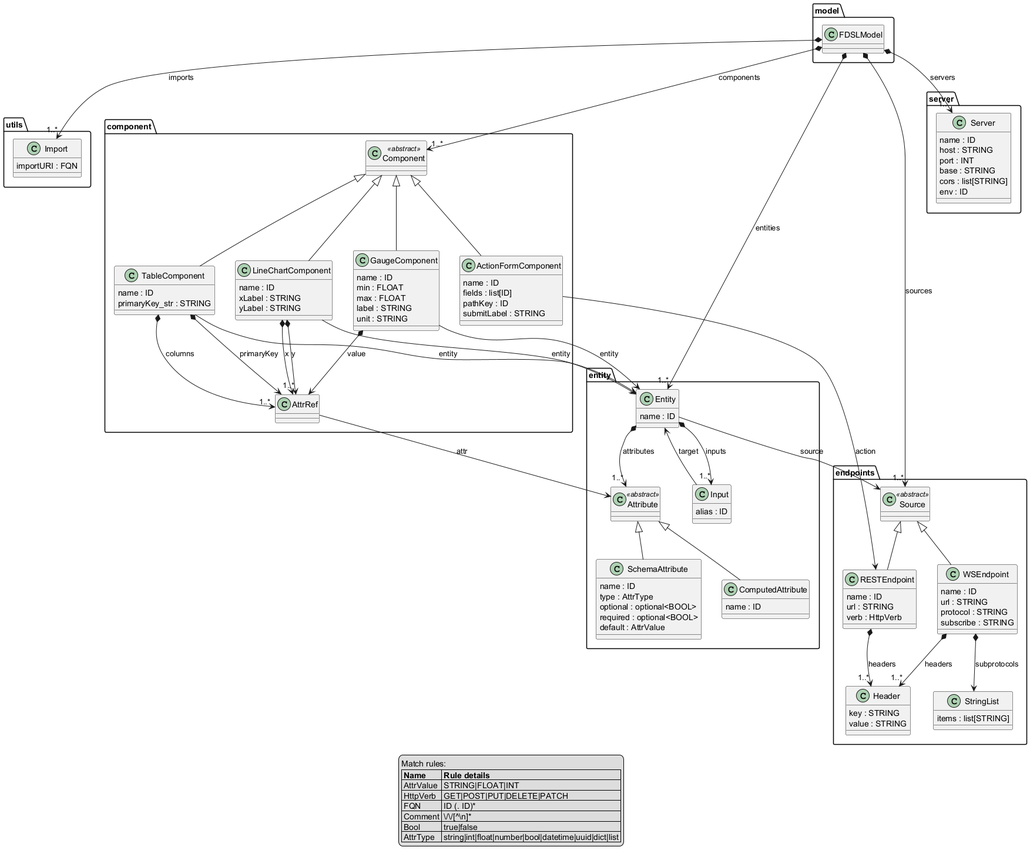
This is docs/model_metamodel.png from fkatsaras/functionality-dsl, a PlantUML export, as it was before one commit.
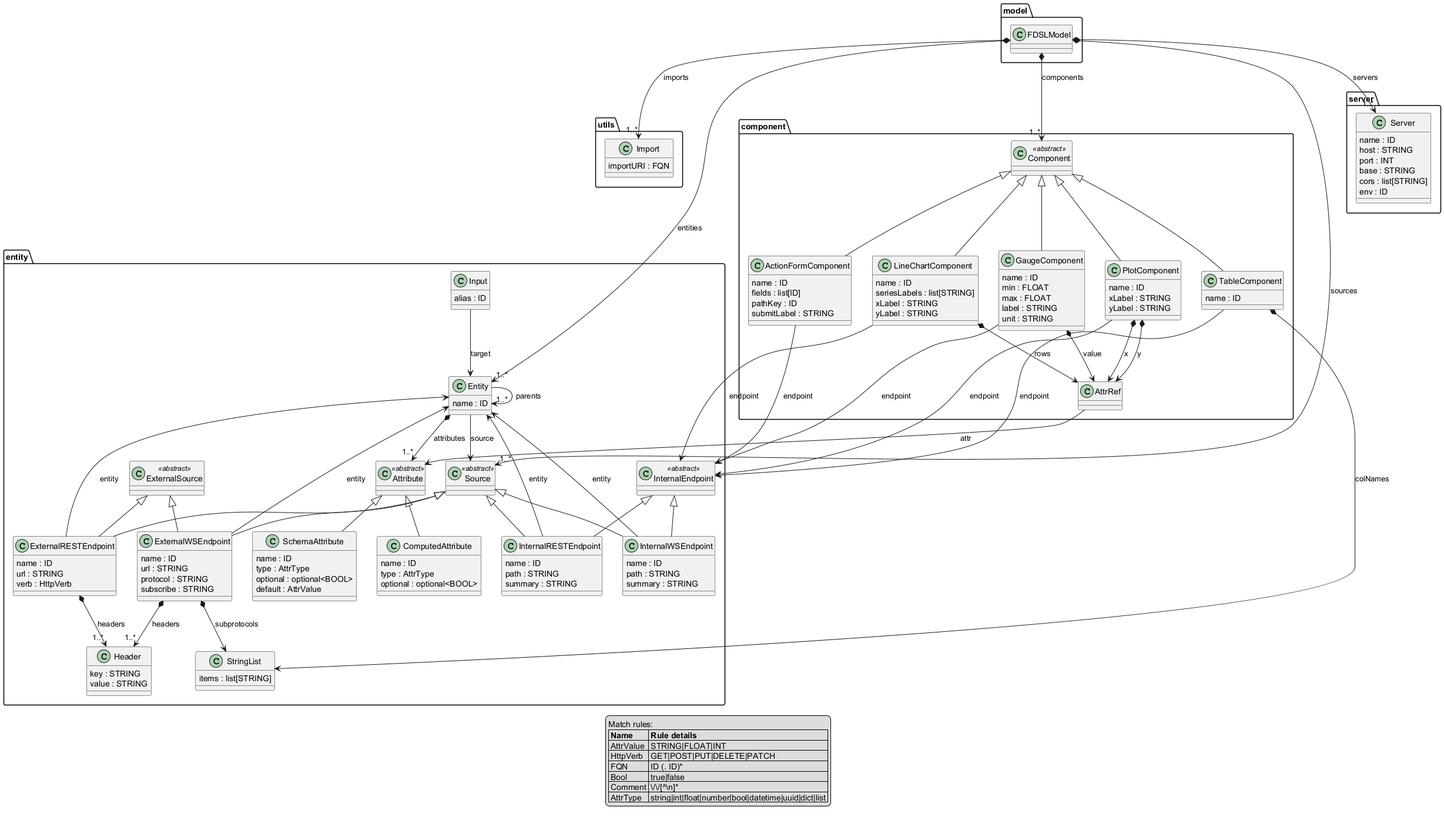
After the change.

The edit, as a diff of the source:
```diff
@@ -12,36 +12,6 @@
 }
 
 
-class endpoints.Source <<abstract>> {
-}
-
-
-class endpoints.RESTEndpoint  {
-  name : ID
-  url : STRING
-  verb : HttpVerb
-}
-
-
-class endpoints.WSEndpoint  {
-  name : ID
-  url : STRING
-  protocol : STRING
-  subscribe : STRING
-}
-
-
-class endpoints.StringList  {
-  items : list[STRING]
-}
-
-
-class endpoints.Header  {
-  key : STRING
-  value : STRING
-}
-
-
 class entity.Attribute <<abstract>> {
 }
 
@@ -50,13 +20,14 @@
   name : ID
   type : AttrType
   optional : optional<BOOL>
-  required : optional<BOOL>
   default : AttrValue
 }
 
 
 class entity.ComputedAttribute  {
   name : ID
+  type : AttrType
+  optional : optional<BOOL>
 }
 
 
@@ -70,6 +41,58 @@
 }
 
 
+class entity.Source <<abstract>> {
+}
+
+
+class entity.ExternalSource <<abstract>> {
+}
+
+
+class entity.ExternalRESTEndpoint  {
+  name : ID
+  url : STRING
+  verb : HttpVerb
+}
+
+
+class entity.ExternalWSEndpoint  {
+  name : ID
+  url : STRING
+  protocol : STRING
+  subscribe : STRING
+}
+
+
+class entity.InternalEndpoint <<abstract>> {
+}
+
+
+class entity.InternalRESTEndpoint  {
+  name : ID
+  path : STRING
+  summary : STRING
+}
+
+
+class entity.InternalWSEndpoint  {
+  name : ID
+  path : STRING
+  summary : STRING
+}
+
+
+class entity.StringList  {
+  items : list[STRING]
+}
+
+
+class entity.Header  {
+  key : STRING
+  value : STRING
+}
+
+
 class component.AttrRef  {
 }
 
@@ -80,12 +103,12 @@
 
 class component.TableComponent  {
   name : ID
-  primaryKey_str : STRING
 }
 
 
 class component.LineChartComponent  {
   name : ID
+  seriesLabels : list[STRING]
   xLabel : STRING
   yLabel : STRING
 }
@@ -108,6 +131,13 @@
 }
 
 
+class component.PlotComponent  {
+  name : ID
+  xLabel : STRING
+  yLabel : STRING
+}
+
+
 class server.Server  {
   name : ID
   host : STRING
@@ -120,34 +150,46 @@
 
 model.FDSLModel *--> "1..*" utils.Import: imports
 model.FDSLModel *--> "1..*" server.Server: servers
-model.FDSLModel *--> "1..*" endpoints.Source: sources
+model.FDSLModel *--> "1..*" entity.Source: sources
 model.FDSLModel *--> "1..*" entity.Entity: entities
 model.FDSLModel *--> "1..*" component.Component: components
-endpoints.Source <|-- endpoints.RESTEndpoint
-endpoints.Source <|-- endpoints.WSEndpoint
-endpoints.RESTEndpoint *--> "1..*" endpoints.Header: headers
-endpoints.WSEndpoint *-->  endpoints.StringList: subprotocols
-endpoints.WSEndpoint *--> "1..*" endpoints.Header: headers
 entity.Attribute <|-- entity.ComputedAttribute
 entity.Attribute <|-- entity.SchemaAttribute
 entity.Input -->  entity.Entity: target
-entity.Entity -->  endpoints.Source: source
-entity.Entity *--> "1..*" entity.Input: inputs
+entity.Entity --> "1..*" entity.Entity: parents
+entity.Entity -->  entity.Source: source
 entity.Entity *--> "1..*" entity.Attribute: attributes
+entity.Source <|-- entity.InternalRESTEndpoint
+entity.Source <|-- entity.InternalWSEndpoint
+entity.Source <|-- entity.ExternalRESTEndpoint
+entity.Source <|-- entity.ExternalWSEndpoint
+entity.ExternalSource <|-- entity.ExternalRESTEndpoint
+entity.ExternalSource <|-- entity.ExternalWSEndpoint
+entity.ExternalRESTEndpoint *--> "1..*" entity.Header: headers
+entity.ExternalRESTEndpoint -->  entity.Entity: entity
+entity.ExternalWSEndpoint *-->  entity.StringList: subprotocols
+entity.ExternalWSEndpoint *--> "1..*" entity.Header: headers
+entity.ExternalWSEndpoint -->  entity.Entity: entity
+entity.InternalEndpoint <|-- entity.InternalRESTEndpoint
+entity.InternalEndpoint <|-- entity.InternalWSEndpoint
+entity.InternalRESTEndpoint -->  entity.Entity: entity
+entity.InternalWSEndpoint -->  entity.Entity: entity
 component.AttrRef -->  entity.Attribute: attr
 component.Component <|-- component.TableComponent
 component.Component <|-- component.LineChartComponent
 component.Component <|-- component.ActionFormComponent
 component.Component <|-- component.GaugeComponent
-component.TableComponent -->  entity.Entity: entity
-component.TableComponent *--> "1..*" component.AttrRef: columns
-component.TableComponent *-->  component.AttrRef: primaryKey
-component.LineChartComponent -->  entity.Entity: entity
-component.LineChartComponent *-->  component.AttrRef: x
-component.LineChartComponent *--> "1..*" component.AttrRef: y
-component.GaugeComponent -->  entity.Entity: entity
+component.Component <|-- component.PlotComponent
+component.TableComponent -->  entity.InternalEndpoint: endpoint
+component.TableComponent *-->  entity.StringList: colNames
+component.LineChartComponent -->  entity.InternalEndpoint: endpoint
+component.LineChartComponent *-->  component.AttrRef: rows
+component.GaugeComponent -->  entity.InternalEndpoint: endpoint
 component.GaugeComponent *-->  component.AttrRef: value
-component.ActionFormComponent -->  endpoints.RESTEndpoint: action
+component.ActionFormComponent -->  entity.InternalEndpoint: endpoint
+component.PlotComponent -->  entity.InternalEndpoint: endpoint
+component.PlotComponent *-->  component.AttrRef: x
+component.PlotComponent *-->  component.AttrRef: y
 
 legend
   Match rules:
@@ -155,8 +197,8 @@
   | AttrValue | STRING\|FLOAT\|INT |
   | HttpVerb | GET\|POST\|PUT\|DELETE\|PATCH |
   | FQN | ID (. ID)* |
+  | Bool | true\|false |
   | Comment | \\/\\/[^\\n]* |
-  | Bool | true\|false |
   | AttrType | string\|int\|float\|number\|bool\|datetime\|uuid\|dict\|list |
 end legend
 
```
